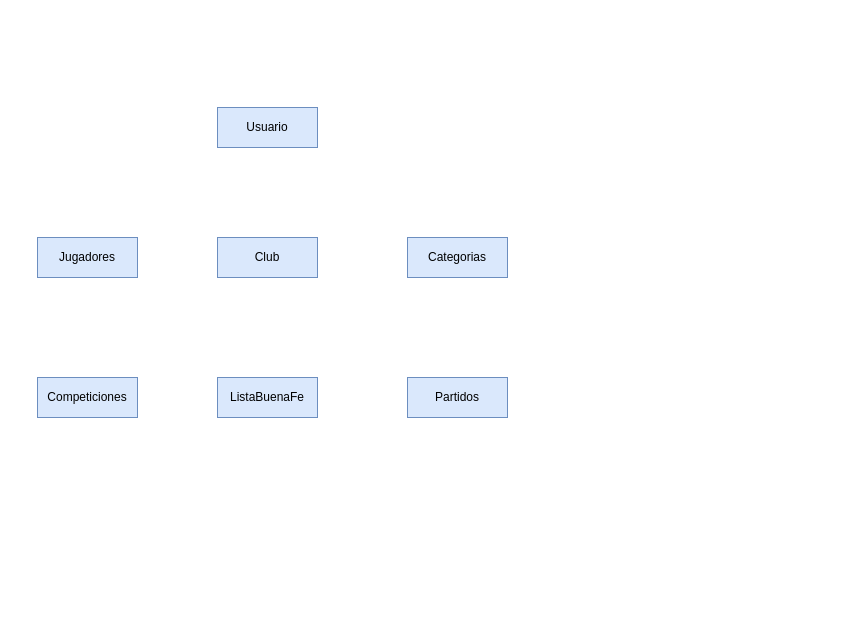
Earlier version of the draw.io diagram page "Page-1" (1 of 2) of docs/DER.drawio (nicopinera/app_estadisticas). Source tidied: cells renumbered, new cells numbered last; positions are measured from the earlier drawing's top-left corner, leaving out a move shared by most shapes. Both pictures are drawn from the tidied source at 100%, with x=0, y=0 at pixel (37, 107).
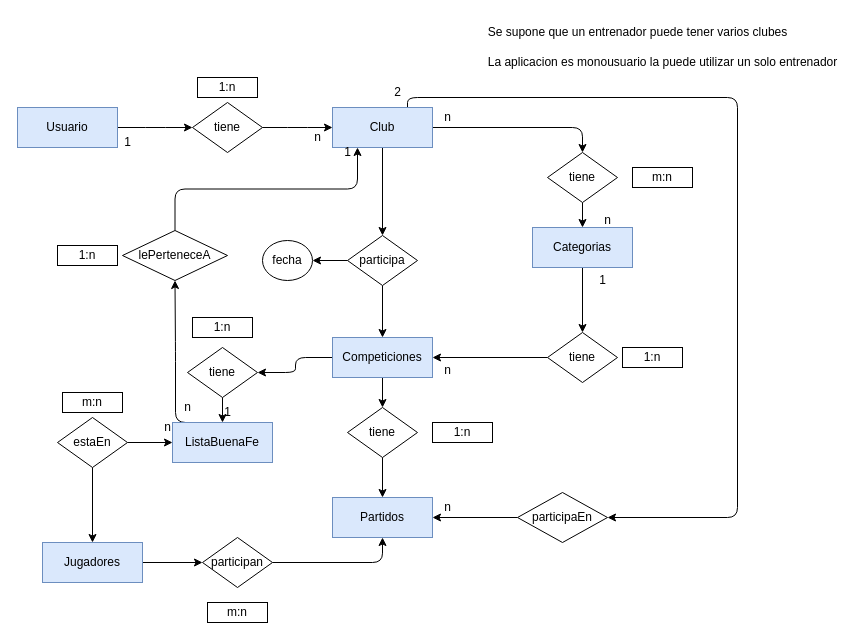
After the change.

Commit message:
Primer DER

The edit, as a diff of the source:
```diff
@@
+    <mxCell id="9" style="edgeStyle=elbowEdgeStyle;html=1;exitX=1;exitY=0.5;exitDx=0;exitDy=0;entryX=0;entryY=0.5;entryDx=0;entryDy=0;" parent="1" edge="1" source="2" target="19">
+      <mxGeometry relative="1" as="geometry" />
+    </mxCell>
     <mxCell id="2" value="Usuario" style="whiteSpace=wrap;html=1;fillColor=#dae8fc;strokeColor=#6c8ebf;" parent="1" vertex="1">
-      <mxGeometry x="180" width="100" height="40" as="geometry" />
+      <mxGeometry x="-20" width="100" height="40" as="geometry" />
     </mxCell>
+    <mxCell id="10" style="edgeStyle=orthogonalEdgeStyle;html=1;exitX=1;exitY=0.5;exitDx=0;exitDy=0;entryX=0.5;entryY=0;entryDx=0;entryDy=0;" parent="1" edge="1" source="3" target="21">
+      <mxGeometry relative="1" as="geometry" />
+    </mxCell>
+    <mxCell id="11" style="edgeStyle=orthogonalEdgeStyle;html=1;exitX=0.5;exitY=1;exitDx=0;exitDy=0;entryX=0.5;entryY=0;entryDx=0;entryDy=0;" parent="1" edge="1" source="3" target="24">
+      <mxGeometry relative="1" as="geometry" />
+    </mxCell>
+    <mxCell id="12" style="edgeStyle=orthogonalEdgeStyle;html=1;exitX=0.75;exitY=0;exitDx=0;exitDy=0;entryX=1;entryY=0.5;entryDx=0;entryDy=0;" parent="1" edge="1" source="3" target="60">
+      <mxGeometry relative="1" as="geometry">
+        <Array as="points">
+          <mxPoint x="370" y="-10" />
+          <mxPoint x="700" y="-10" />
+          <mxPoint x="700" y="410" />
+        </Array>
+      </mxGeometry>
+    </mxCell>
     <mxCell id="3" value="Club" style="whiteSpace=wrap;html=1;fillColor=#dae8fc;strokeColor=#6c8ebf;" parent="1" vertex="1">
-      <mxGeometry x="180" y="130" width="100" height="40" as="geometry" />
+      <mxGeometry x="295" width="100" height="40" as="geometry" />
     </mxCell>
+    <mxCell id="13" style="edgeStyle=orthogonalEdgeStyle;html=1;exitX=0.5;exitY=1;exitDx=0;exitDy=0;entryX=0.5;entryY=0;entryDx=0;entryDy=0;" parent="1" edge="1" source="4" target="50">
+      <mxGeometry relative="1" as="geometry" />
+    </mxCell>
     <mxCell id="4" value="Categorias" style="whiteSpace=wrap;html=1;fillColor=#dae8fc;strokeColor=#6c8ebf;" parent="1" vertex="1">
-      <mxGeometry x="370" y="130" width="100" height="40" as="geometry" />
+      <mxGeometry x="495" y="120" width="100" height="40" as="geometry" />
     </mxCell>
+    <mxCell id="14" style="edgeStyle=orthogonalEdgeStyle;html=1;exitX=1;exitY=0.5;exitDx=0;exitDy=0;entryX=0;entryY=0.5;entryDx=0;entryDy=0;" parent="1" edge="1" source="5" target="30">
+      <mxGeometry relative="1" as="geometry" />
+    </mxCell>
     <mxCell id="5" value="Jugadores" style="whiteSpace=wrap;html=1;fillColor=#dae8fc;strokeColor=#6c8ebf;" parent="1" vertex="1">
-      <mxGeometry y="130" width="100" height="40" as="geometry" />
+      <mxGeometry x="5" y="435" width="100" height="40" as="geometry" />
     </mxCell>
     <mxCell id="6" value="Partidos" style="whiteSpace=wrap;html=1;fillColor=#dae8fc;strokeColor=#6c8ebf;" parent="1" vertex="1">
-      <mxGeometry x="370" y="270" width="100" height="40" as="geometry" />
+      <mxGeometry x="295" y="390" width="100" height="40" as="geometry" />
     </mxCell>
+    <mxCell id="15" style="edgeStyle=elbowEdgeStyle;html=1;exitX=0;exitY=0.5;exitDx=0;exitDy=0;entryX=1;entryY=0.5;entryDx=0;entryDy=0;" parent="1" edge="1" source="7" target="26">
+      <mxGeometry relative="1" as="geometry" />
+    </mxCell>
+    <mxCell id="16" style="edgeStyle=orthogonalEdgeStyle;html=1;exitX=0.5;exitY=1;exitDx=0;exitDy=0;entryX=0.5;entryY=0;entryDx=0;entryDy=0;" parent="1" edge="1" source="7" target="28">
+      <mxGeometry relative="1" as="geometry" />
+    </mxCell>
     <mxCell id="7" value="Competiciones" style="whiteSpace=wrap;html=1;fillColor=#dae8fc;strokeColor=#6c8ebf;" parent="1" vertex="1">
-      <mxGeometry y="270" width="100" height="40" as="geometry" />
+      <mxGeometry x="295" y="230" width="100" height="40" as="geometry" />
     </mxCell>
+    <mxCell id="17" style="edgeStyle=orthogonalEdgeStyle;html=1;exitX=0.25;exitY=0;exitDx=0;exitDy=0;entryX=0.5;entryY=1;entryDx=0;entryDy=0;" parent="1" edge="1" source="8" target="55">
+      <mxGeometry relative="1" as="geometry">
+        <Array as="points">
+          <mxPoint x="138" y="315" />
+          <mxPoint x="138" y="244" />
+        </Array>
+      </mxGeometry>
+    </mxCell>
     <mxCell id="8" value="ListaBuenaFe" style="whiteSpace=wrap;html=1;fillColor=#dae8fc;strokeColor=#6c8ebf;" parent="1" vertex="1">
-      <mxGeometry x="180" y="270" width="100" height="40" as="geometry" />
+      <mxGeometry x="135" y="315" width="100" height="40" as="geometry" />
     </mxCell>
+    <mxCell id="18" style="edgeStyle=elbowEdgeStyle;html=1;exitX=1;exitY=0.5;exitDx=0;exitDy=0;entryX=0;entryY=0.5;entryDx=0;entryDy=0;" parent="1" edge="1" source="19" target="3">
+      <mxGeometry relative="1" as="geometry" />
+    </mxCell>
+    <mxCell id="19" value="tiene" style="rhombus;whiteSpace=wrap;html=1;" parent="1" vertex="1">
+      <mxGeometry x="155" y="-5" width="70" height="50" as="geometry" />
+    </mxCell>
+    <mxCell id="20" style="edgeStyle=none;html=1;exitX=0.5;exitY=1;exitDx=0;exitDy=0;entryX=0.5;entryY=0;entryDx=0;entryDy=0;" parent="1" edge="1" source="21" target="4">
+      <mxGeometry relative="1" as="geometry" />
+    </mxCell>
+    <mxCell id="21" value="tiene" style="rhombus;whiteSpace=wrap;html=1;" parent="1" vertex="1">
+      <mxGeometry x="510" y="45" width="70" height="50" as="geometry" />
+    </mxCell>
+    <mxCell id="22" style="edgeStyle=none;html=1;exitX=0.5;exitY=1;exitDx=0;exitDy=0;entryX=0.5;entryY=0;entryDx=0;entryDy=0;" parent="1" edge="1" source="24" target="7">
+      <mxGeometry relative="1" as="geometry" />
+    </mxCell>
+    <mxCell id="23" style="edgeStyle=orthogonalEdgeStyle;html=1;exitX=0;exitY=0.5;exitDx=0;exitDy=0;entryX=1;entryY=0.5;entryDx=0;entryDy=0;" parent="1" edge="1" source="24" target="48">
+      <mxGeometry relative="1" as="geometry" />
+    </mxCell>
+    <mxCell id="24" value="participa" style="rhombus;whiteSpace=wrap;html=1;" parent="1" vertex="1">
+      <mxGeometry x="310" y="128" width="70" height="50" as="geometry" />
+    </mxCell>
+    <mxCell id="25" style="edgeStyle=none;html=1;exitX=0.5;exitY=1;exitDx=0;exitDy=0;entryX=0.5;entryY=0;entryDx=0;entryDy=0;" parent="1" edge="1" source="26" target="8">
+      <mxGeometry relative="1" as="geometry" />
+    </mxCell>
+    <mxCell id="26" value="tiene" style="rhombus;whiteSpace=wrap;html=1;" parent="1" vertex="1">
+      <mxGeometry x="150" y="240" width="70" height="50" as="geometry" />
+    </mxCell>
+    <mxCell id="27" style="edgeStyle=none;html=1;exitX=0.5;exitY=1;exitDx=0;exitDy=0;entryX=0.5;entryY=0;entryDx=0;entryDy=0;" parent="1" edge="1" source="28" target="6">
+      <mxGeometry relative="1" as="geometry" />
+    </mxCell>
+    <mxCell id="28" value="tiene" style="rhombus;whiteSpace=wrap;html=1;" parent="1" vertex="1">
+      <mxGeometry x="310" y="300" width="70" height="50" as="geometry" />
+    </mxCell>
+    <mxCell id="29" style="edgeStyle=orthogonalEdgeStyle;html=1;exitX=1;exitY=0.5;exitDx=0;exitDy=0;entryX=0.5;entryY=1;entryDx=0;entryDy=0;" parent="1" edge="1" source="30" target="6">
+      <mxGeometry relative="1" as="geometry" />
+    </mxCell>
+    <mxCell id="30" value="participan" style="rhombus;whiteSpace=wrap;html=1;" parent="1" vertex="1">
+      <mxGeometry x="165" y="430" width="70" height="50" as="geometry" />
+    </mxCell>
+    <mxCell id="31" style="edgeStyle=orthogonalEdgeStyle;html=1;exitX=1;exitY=0.5;exitDx=0;exitDy=0;entryX=0;entryY=0.5;entryDx=0;entryDy=0;" parent="1" edge="1" source="33" target="8">
+      <mxGeometry relative="1" as="geometry" />
+    </mxCell>
+    <mxCell id="32" style="edgeStyle=orthogonalEdgeStyle;html=1;exitX=0.5;exitY=1;exitDx=0;exitDy=0;entryX=0.5;entryY=0;entryDx=0;entryDy=0;" parent="1" edge="1" source="33" target="5">
+      <mxGeometry relative="1" as="geometry" />
+    </mxCell>
+    <mxCell id="33" value="estaEn" style="rhombus;whiteSpace=wrap;html=1;" parent="1" vertex="1">
+      <mxGeometry x="20" y="310" width="70" height="50" as="geometry" />
+    </mxCell>
+    <mxCell id="34" value="n" style="text;html=1;align=center;verticalAlign=middle;strokeColor=none;fillColor=none;" parent="1" vertex="1">
+      <mxGeometry x="265" y="15" width="30" height="30" as="geometry" />
+    </mxCell>
+    <mxCell id="35" value="1" style="text;html=1;align=center;verticalAlign=middle;strokeColor=none;fillColor=none;" parent="1" vertex="1">
+      <mxGeometry x="75" y="20" width="30" height="30" as="geometry" />
+    </mxCell>
+    <mxCell id="36" value="Se supone que un entrenador puede tener varios clubes" style="text;html=1;align=center;verticalAlign=middle;strokeColor=none;fillColor=none;" parent="1" vertex="1">
+      <mxGeometry x="440" y="-90" width="320" height="30" as="geometry" />
+    </mxCell>
+    <mxCell id="37" value="1:n" style="whiteSpace=wrap;html=1;" parent="1" vertex="1">
+      <mxGeometry x="160" y="-30" width="60" height="20" as="geometry" />
+    </mxCell>
+    <mxCell id="38" value="La aplicacion es monousuario la puede utilizar un solo entrenador" style="text;html=1;align=center;verticalAlign=middle;strokeColor=none;fillColor=none;" parent="1" vertex="1">
+      <mxGeometry x="440" y="-60" width="370" height="30" as="geometry" />
+    </mxCell>
+    <mxCell id="39" value="n" style="text;html=1;align=center;verticalAlign=middle;strokeColor=none;fillColor=none;" parent="1" vertex="1">
+      <mxGeometry x="395" y="-5" width="30" height="30" as="geometry" />
+    </mxCell>
+    <mxCell id="40" value="m:n" style="whiteSpace=wrap;html=1;" parent="1" vertex="1">
+      <mxGeometry x="595" y="60" width="60" height="20" as="geometry" />
+    </mxCell>
+    <mxCell id="41" value="1:n" style="whiteSpace=wrap;html=1;" parent="1" vertex="1">
+      <mxGeometry x="155" y="210" width="60" height="20" as="geometry" />
+    </mxCell>
+    <mxCell id="42" value="1:n" style="whiteSpace=wrap;html=1;" parent="1" vertex="1">
+      <mxGeometry x="395" y="315" width="60" height="20" as="geometry" />
+    </mxCell>
+    <mxCell id="43" value="1" style="text;html=1;align=center;verticalAlign=middle;strokeColor=none;fillColor=none;" parent="1" vertex="1">
+      <mxGeometry x="175" y="290" width="30" height="30" as="geometry" />
+    </mxCell>
+    <mxCell id="44" value="n" style="text;html=1;align=center;verticalAlign=middle;strokeColor=none;fillColor=none;" parent="1" vertex="1">
+      <mxGeometry x="115" y="305" width="30" height="30" as="geometry" />
+    </mxCell>
+    <mxCell id="45" value="m:n" style="whiteSpace=wrap;html=1;" parent="1" vertex="1">
+      <mxGeometry x="25" y="285" width="60" height="20" as="geometry" />
+    </mxCell>
+    <mxCell id="46" value="m:n" style="whiteSpace=wrap;html=1;" parent="1" vertex="1">
+      <mxGeometry x="170" y="495" width="60" height="20" as="geometry" />
+    </mxCell>
+    <mxCell id="47" value="n" style="text;html=1;align=center;verticalAlign=middle;strokeColor=none;fillColor=none;" parent="1" vertex="1">
+      <mxGeometry x="555" y="98" width="30" height="30" as="geometry" />
+    </mxCell>
+    <mxCell id="48" value="fecha" style="ellipse;whiteSpace=wrap;html=1;" parent="1" vertex="1">
+      <mxGeometry x="225" y="133" width="50" height="40" as="geometry" />
+    </mxCell>
+    <mxCell id="49" style="edgeStyle=orthogonalEdgeStyle;html=1;exitX=0;exitY=0.5;exitDx=0;exitDy=0;entryX=1;entryY=0.5;entryDx=0;entryDy=0;" parent="1" edge="1" source="50" target="7">
+      <mxGeometry relative="1" as="geometry" />
+    </mxCell>
+    <mxCell id="50" value="tiene" style="rhombus;whiteSpace=wrap;html=1;" parent="1" vertex="1">
+      <mxGeometry x="510" y="225" width="70" height="50" as="geometry" />
+    </mxCell>
+    <mxCell id="51" value="n" style="text;html=1;align=center;verticalAlign=middle;strokeColor=none;fillColor=none;" parent="1" vertex="1">
+      <mxGeometry x="395" y="248" width="30" height="30" as="geometry" />
+    </mxCell>
+    <mxCell id="52" value="1" style="text;html=1;align=center;verticalAlign=middle;strokeColor=none;fillColor=none;" parent="1" vertex="1">
+      <mxGeometry x="550" y="158" width="30" height="30" as="geometry" />
+    </mxCell>
+    <mxCell id="53" value="1:n" style="whiteSpace=wrap;html=1;" parent="1" vertex="1">
+      <mxGeometry x="585" y="240" width="60" height="20" as="geometry" />
+    </mxCell>
+    <mxCell id="54" style="edgeStyle=orthogonalEdgeStyle;html=1;exitX=0.5;exitY=0;exitDx=0;exitDy=0;entryX=0.25;entryY=1;entryDx=0;entryDy=0;" parent="1" edge="1" source="55" target="3">
+      <mxGeometry relative="1" as="geometry" />
+    </mxCell>
+    <mxCell id="55" value="lePerteneceA" style="rhombus;whiteSpace=wrap;html=1;" parent="1" vertex="1">
+      <mxGeometry x="85" y="123" width="105" height="50" as="geometry" />
+    </mxCell>
+    <mxCell id="56" value="1" style="text;html=1;align=center;verticalAlign=middle;strokeColor=none;fillColor=none;" parent="1" vertex="1">
+      <mxGeometry x="295" y="30" width="30" height="30" as="geometry" />
+    </mxCell>
+    <mxCell id="57" value="n" style="text;html=1;align=center;verticalAlign=middle;strokeColor=none;fillColor=none;" parent="1" vertex="1">
+      <mxGeometry x="135" y="285" width="30" height="30" as="geometry" />
+    </mxCell>
+    <mxCell id="58" value="1:n" style="whiteSpace=wrap;html=1;" parent="1" vertex="1">
+      <mxGeometry x="20" y="138" width="60" height="20" as="geometry" />
+    </mxCell>
+    <mxCell id="59" style="edgeStyle=orthogonalEdgeStyle;html=1;exitX=0;exitY=0.5;exitDx=0;exitDy=0;entryX=1;entryY=0.5;entryDx=0;entryDy=0;" parent="1" edge="1" source="60" target="6">
+      <mxGeometry relative="1" as="geometry" />
+    </mxCell>
+    <mxCell id="60" value="participaEn" style="rhombus;whiteSpace=wrap;html=1;" parent="1" vertex="1">
+      <mxGeometry x="480" y="385" width="90" height="50" as="geometry" />
+    </mxCell>
+    <mxCell id="61" value="n" style="text;html=1;align=center;verticalAlign=middle;strokeColor=none;fillColor=none;" parent="1" vertex="1">
+      <mxGeometry x="395" y="385" width="30" height="30" as="geometry" />
+    </mxCell>
+    <mxCell id="62" value="2" style="text;html=1;align=center;verticalAlign=middle;strokeColor=none;fillColor=none;" parent="1" vertex="1">
+      <mxGeometry x="345" y="-30" width="30" height="30" as="geometry" />
+    </mxCell>
```
